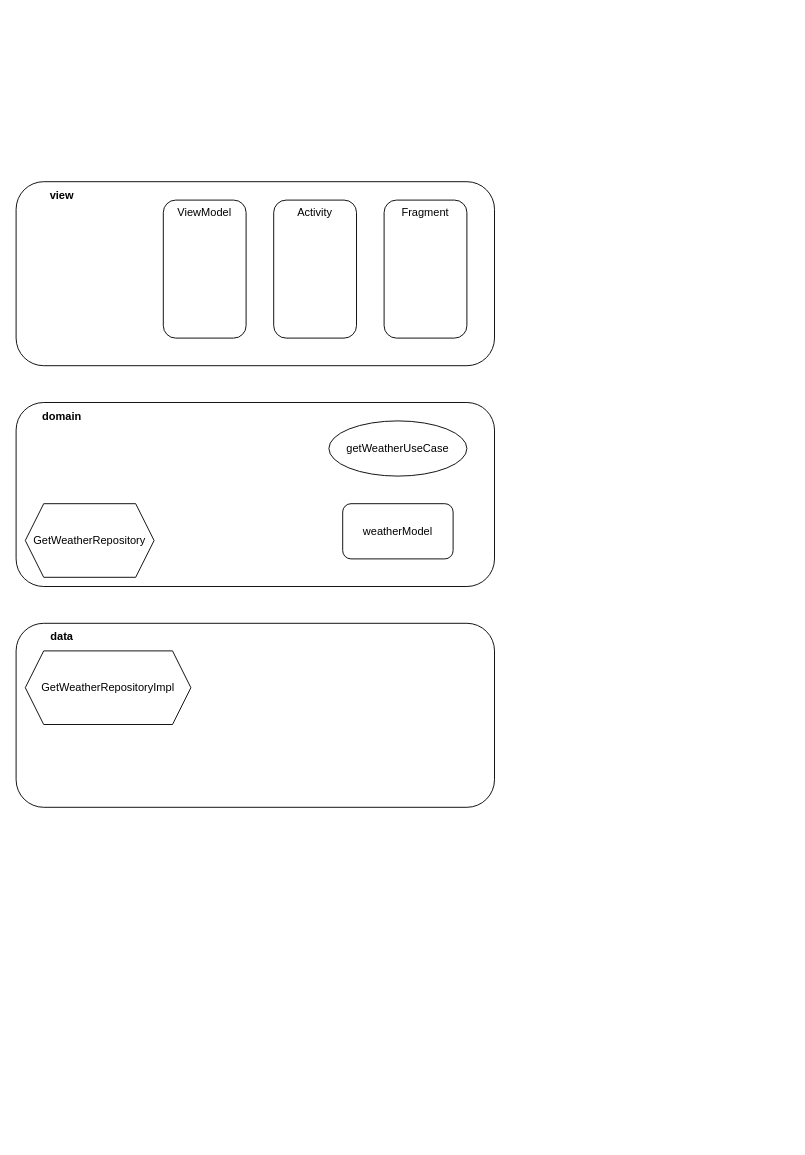
Earlier version of the draw.io diagram supportDiagram.drawio (kosykt/WeatherTestMVVM). Source tidied: cells renumbered, new cells numbered last; positions are measured from the earlier drawing's top-left corner, leaving out a move shared by most shapes. Both pictures are drawn from the tidied source at 92%, with x=0, y=0 at pixel (16, 181).
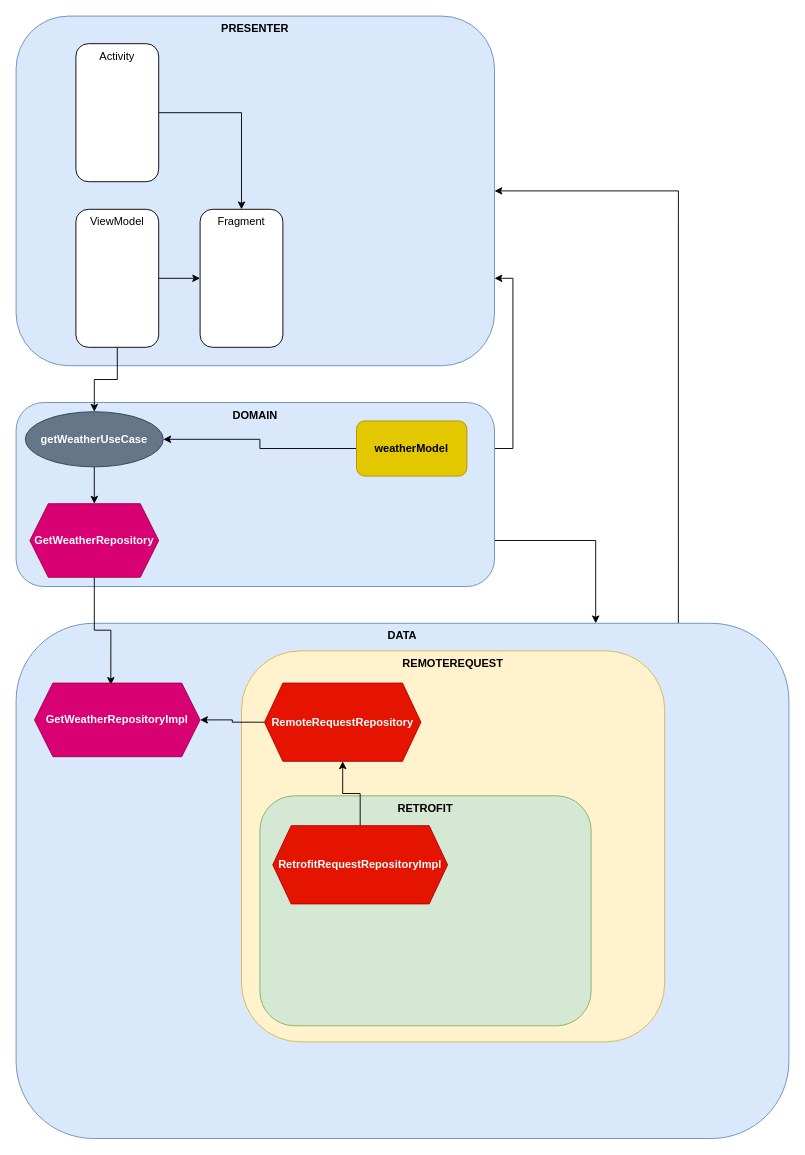
Above is the later version.

Commit message (it also covers changes not shown here):
Небольшой рефакторинг, изменена диаграмма

The edit, as a diff of the source:
```diff
@@
-    <mxCell id="2" style="rounded=1;whiteSpace=wrap;html=1;" parent="1" vertex="1">
-      <mxGeometry width="520" height="200" as="geometry" />
+    <mxCell id="2" value="PRESENTER" style="rounded=1;whiteSpace=wrap;html=1;fontStyle=1;verticalAlign=top;fillColor=#dae8fc;strokeColor=#6c8ebf;" parent="1" vertex="1">
+      <mxGeometry y="-180" width="520" height="380" as="geometry" />
     </mxCell>
+    <mxCell id="15" style="edgeStyle=orthogonalEdgeStyle;rounded=0;jettySize=auto;html=1;entryX=0.75;entryY=0;entryDx=0;entryDy=0;fontColor=#000000;exitX=1;exitY=0.75;exitDx=0;exitDy=0;" parent="1" edge="1" source="3" target="4">
+      <mxGeometry relative="1" as="geometry" />
+    </mxCell>
+    <mxCell id="16" style="edgeStyle=orthogonalEdgeStyle;rounded=0;jettySize=auto;html=1;entryX=1;entryY=0.75;entryDx=0;entryDy=0;fontColor=#000000;exitX=1;exitY=0.25;exitDx=0;exitDy=0;" parent="1" edge="1" source="3" target="2">
+      <mxGeometry relative="1" as="geometry" />
+    </mxCell>
-    <mxCell id="3" style="rounded=1;whiteSpace=wrap;html=1;" parent="1" vertex="1">
+    <mxCell id="3" value="DOMAIN" style="rounded=1;whiteSpace=wrap;html=1;verticalAlign=top;fontStyle=1;fillColor=#dae8fc;strokeColor=#6c8ebf;" parent="1" vertex="1">
       <mxGeometry y="240" width="520" height="200" as="geometry" />
     </mxCell>
+    <mxCell id="17" style="edgeStyle=orthogonalEdgeStyle;rounded=0;jettySize=auto;html=1;entryX=1;entryY=0.5;entryDx=0;entryDy=0;fontColor=#000000;exitX=0.857;exitY=0;exitDx=0;exitDy=0;exitPerimeter=0;" parent="1" edge="1" source="4" target="2">
+      <mxGeometry relative="1" as="geometry" />
+    </mxCell>
-    <mxCell id="4" style="rounded=1;whiteSpace=wrap;html=1;" parent="1" vertex="1">
-      <mxGeometry y="480" width="520" height="200" as="geometry" />
+    <mxCell id="4" value="DATA" style="rounded=1;whiteSpace=wrap;html=1;verticalAlign=top;fontStyle=1;fillColor=#dae8fc;strokeColor=#6c8ebf;" parent="1" vertex="1">
+      <mxGeometry y="480" width="840" height="560" as="geometry" />
     </mxCell>
-    <mxCell id="5" value="view" style="text;html=1;strokeColor=none;fillColor=none;align=center;verticalAlign=middle;whiteSpace=wrap;rounded=0;fontStyle=1;" parent="1" vertex="1">
-      <mxGeometry x="20" width="60" height="30" as="geometry" />
-    </mxCell>
-    <mxCell id="6" value="domain" style="text;html=1;strokeColor=none;fillColor=none;align=center;verticalAlign=middle;whiteSpace=wrap;rounded=0;fontStyle=1;" parent="1" vertex="1">
-      <mxGeometry x="20" y="240" width="60" height="30" as="geometry" />
-    </mxCell>
-    <mxCell id="7" value="data" style="text;html=1;strokeColor=none;fillColor=none;align=center;verticalAlign=middle;whiteSpace=wrap;rounded=0;fontStyle=1;" parent="1" vertex="1">
-      <mxGeometry x="20" y="480" width="60" height="30" as="geometry" />
-    </mxCell>
+    <mxCell id="18" style="edgeStyle=orthogonalEdgeStyle;rounded=0;jettySize=auto;html=1;entryX=0.5;entryY=0;entryDx=0;entryDy=0;fontColor=#000000;" parent="1" edge="1" source="8" target="9">
+      <mxGeometry relative="1" as="geometry" />
+    </mxCell>
     <mxCell id="8" value="Activity" style="rounded=1;whiteSpace=wrap;html=1;verticalAlign=top;" parent="1" vertex="1">
-      <mxGeometry x="280" y="20" width="90" height="150" as="geometry" />
+      <mxGeometry x="65" y="-150" width="90" height="150" as="geometry" />
     </mxCell>
     <mxCell id="9" value="Fragment" style="rounded=1;whiteSpace=wrap;html=1;verticalAlign=top;" parent="1" vertex="1">
-      <mxGeometry x="400" y="20" width="90" height="150" as="geometry" />
+      <mxGeometry x="200" y="30" width="90" height="150" as="geometry" />
     </mxCell>
+    <mxCell id="19" style="edgeStyle=orthogonalEdgeStyle;rounded=0;jettySize=auto;html=1;fontColor=#000000;" parent="1" edge="1" source="10" target="11">
+      <mxGeometry relative="1" as="geometry" />
+    </mxCell>
+    <mxCell id="20" style="edgeStyle=orthogonalEdgeStyle;rounded=0;jettySize=auto;html=1;fontColor=#000000;" parent="1" edge="1" source="10" target="9">
+      <mxGeometry relative="1" as="geometry" />
+    </mxCell>
     <mxCell id="10" value="ViewModel" style="rounded=1;whiteSpace=wrap;html=1;verticalAlign=top;" parent="1" vertex="1">
-      <mxGeometry x="160" y="20" width="90" height="150" as="geometry" />
+      <mxGeometry x="65" y="30" width="90" height="150" as="geometry" />
     </mxCell>
+    <mxCell id="21" style="edgeStyle=orthogonalEdgeStyle;rounded=0;jettySize=auto;html=1;fontColor=#000000;" parent="1" edge="1" source="11" target="13">
+      <mxGeometry relative="1" as="geometry" />
+    </mxCell>
-    <mxCell id="11" value="getWeatherUseCase" style="ellipse;whiteSpace=wrap;html=1;verticalAlign=middle;" parent="1" vertex="1">
-      <mxGeometry x="340" y="260" width="150" height="60" as="geometry" />
+    <mxCell id="11" value="getWeatherUseCase" style="ellipse;whiteSpace=wrap;html=1;verticalAlign=middle;fillColor=#647687;fontColor=#ffffff;strokeColor=#314354;fontStyle=1;" parent="1" vertex="1">
+      <mxGeometry x="10" y="250" width="150" height="60" as="geometry" />
     </mxCell>
+    <mxCell id="22" style="edgeStyle=orthogonalEdgeStyle;rounded=0;jettySize=auto;html=1;entryX=1;entryY=0.5;entryDx=0;entryDy=0;fontColor=#000000;" parent="1" edge="1" source="12" target="11">
+      <mxGeometry relative="1" as="geometry" />
+    </mxCell>
-    <mxCell id="12" value="weatherModel" style="rounded=1;whiteSpace=wrap;html=1;verticalAlign=middle;" parent="1" vertex="1">
-      <mxGeometry x="355" y="350" width="120" height="60" as="geometry" />
+    <mxCell id="12" value="weatherModel" style="rounded=1;whiteSpace=wrap;html=1;verticalAlign=middle;fillColor=#e3c800;fontColor=#000000;strokeColor=#B09500;fontStyle=1;" parent="1" vertex="1">
+      <mxGeometry x="370" y="260" width="120" height="60" as="geometry" />
     </mxCell>
+    <mxCell id="23" style="edgeStyle=orthogonalEdgeStyle;rounded=0;jettySize=auto;html=1;entryX=0.461;entryY=0.024;entryDx=0;entryDy=0;entryPerimeter=0;fontColor=#000000;" parent="1" edge="1" source="13" target="14">
+      <mxGeometry relative="1" as="geometry" />
+    </mxCell>
-    <mxCell id="13" value="GetWeatherRepository" style="shape=hexagon;perimeter=hexagonPerimeter2;whiteSpace=wrap;html=1;fixedSize=1;verticalAlign=middle;" parent="1" vertex="1">
-      <mxGeometry x="10" y="350" width="140" height="80" as="geometry" />
+    <mxCell id="13" value="GetWeatherRepository" style="shape=hexagon;perimeter=hexagonPerimeter2;whiteSpace=wrap;html=1;fixedSize=1;verticalAlign=middle;fillColor=#d80073;fontColor=#ffffff;strokeColor=#A50040;fontStyle=1;" parent="1" vertex="1">
+      <mxGeometry x="15" y="350" width="140" height="80" as="geometry" />
     </mxCell>
-    <mxCell id="14" value="GetWeatherRepositoryImpl" style="shape=hexagon;perimeter=hexagonPerimeter2;whiteSpace=wrap;html=1;fixedSize=1;verticalAlign=middle;" parent="1" vertex="1">
-      <mxGeometry x="10" y="510" width="180" height="80" as="geometry" />
+    <mxCell id="14" value="GetWeatherRepositoryImpl" style="shape=hexagon;perimeter=hexagonPerimeter2;whiteSpace=wrap;html=1;fixedSize=1;verticalAlign=middle;fillColor=#d80073;fontColor=#ffffff;strokeColor=#A50040;fontStyle=1;" parent="1" vertex="1">
+      <mxGeometry x="20" y="545" width="180" height="80" as="geometry" />
     </mxCell>
+    <mxCell id="24" value="REMOTEREQUEST" style="rounded=1;whiteSpace=wrap;html=1;fillColor=#fff2cc;strokeColor=#d6b656;verticalAlign=top;fontStyle=1;direction=south;" parent="1" vertex="1">
+      <mxGeometry x="245" y="510" width="460" height="425" as="geometry" />
+    </mxCell>
+    <mxCell id="25" style="edgeStyle=orthogonalEdgeStyle;rounded=0;jettySize=auto;html=1;fontColor=#000000;" parent="1" edge="1" source="26" target="14">
+      <mxGeometry relative="1" as="geometry" />
+    </mxCell>
+    <mxCell id="26" value="RemoteRequestRepository" style="shape=hexagon;perimeter=hexagonPerimeter2;whiteSpace=wrap;html=1;fixedSize=1;fillColor=#e51400;fontColor=#ffffff;strokeColor=#B20000;fontStyle=1;" parent="1" vertex="1">
+      <mxGeometry x="270" y="545" width="170" height="85" as="geometry" />
+    </mxCell>
+    <mxCell id="27" value="RETROFIT" style="rounded=1;whiteSpace=wrap;html=1;fillColor=#d5e8d4;strokeColor=#82b366;verticalAlign=top;fontStyle=1;" parent="1" vertex="1">
+      <mxGeometry x="265" y="667.5" width="360" height="250" as="geometry" />
+    </mxCell>
+    <mxCell id="28" style="edgeStyle=orthogonalEdgeStyle;rounded=0;jettySize=auto;html=1;entryX=0.5;entryY=1;entryDx=0;entryDy=0;fontColor=#000000;" parent="1" edge="1" source="29" target="26">
+      <mxGeometry relative="1" as="geometry" />
+    </mxCell>
+    <mxCell id="29" value="RetrofitRequestRepositoryImpl" style="shape=hexagon;perimeter=hexagonPerimeter2;whiteSpace=wrap;html=1;fixedSize=1;fillColor=#e51400;fontColor=#ffffff;strokeColor=#B20000;fontStyle=1;" parent="1" vertex="1">
+      <mxGeometry x="279" y="700" width="190" height="85" as="geometry" />
+    </mxCell>
```
